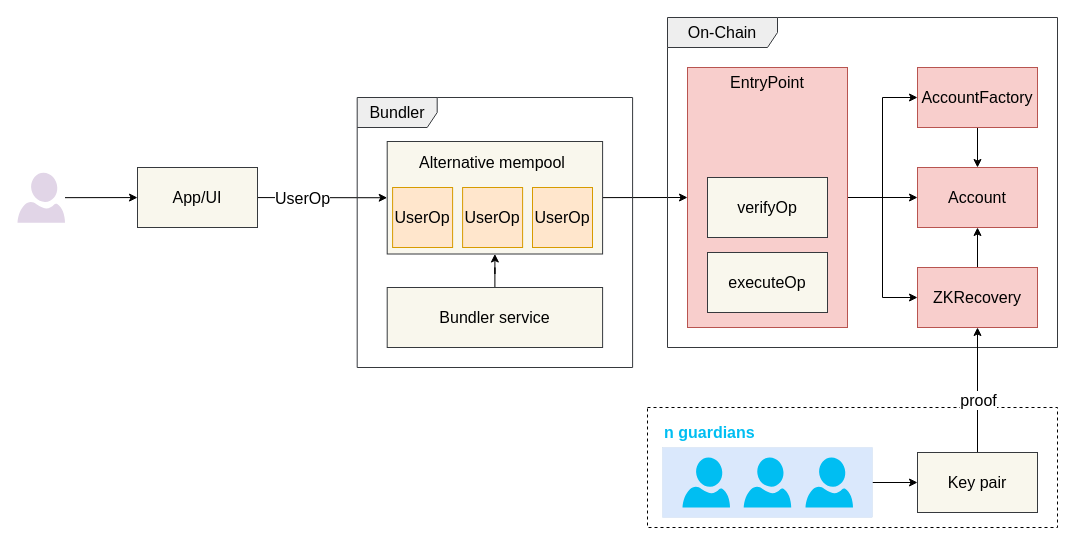
Earlier version of the draw.io diagram page "common-architecture" (11 of 23) of documents/master.drawio (phamhongphuc1999/account-abstraction-app). Source tidied: cells renumbered, new cells numbered last; positions are measured from the earlier drawing's top-left corner, leaving out a move shared by most shapes. Both pictures are drawn from the tidied source at 100%, with x=0, y=0 at pixel (17, 17).
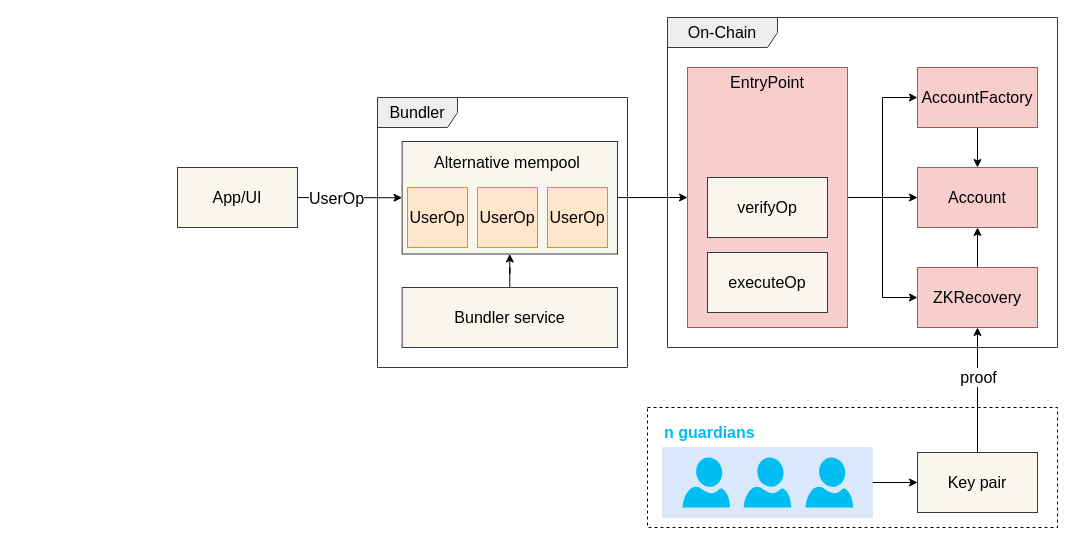
After the change.

The change refers to these unchanged cells:
```xml
<mxCell id="8" style="rounded=0;whiteSpace=wrap;html=1;fillColor=#f8cecc;strokeColor=#b85450;fontSize=16;" parent="1" vertex="1">
  <mxGeometry x="670" y="50" width="160" height="260" as="geometry" />
</mxCell>
<mxCell id="31" style="rounded=0;jettySize=auto;html=1;entryX=0.5;entryY=1;entryDx=0;entryDy=0;fontSize=16;" parent="1" edge="1" source="33" target="21">
  <mxGeometry relative="1" as="geometry" />
</mxCell>
```

What changed in the source:
```diff
@@
     <mxCell id="12" value="App/UI" style="rounded=0;whiteSpace=wrap;html=1;fillColor=#f9f7ed;strokeColor=#36393d;fontSize=16;" parent="1" vertex="1">
-      <mxGeometry x="120" y="150" width="120" height="60" as="geometry" />
+      <mxGeometry x="160" y="150" width="120" height="60" as="geometry" />
     </mxCell>
-    <mxCell id="13" style="rounded=0;jettySize=auto;html=1;entryX=0;entryY=0.5;entryDx=0;entryDy=0;" parent="1" edge="1" source="14" target="8">
+    <mxCell id="13" style="rounded=0;jettySize=auto;html=1;entryX=0;entryY=0.5;entryDx=0;entryDy=0;fontSize=16;" parent="1" edge="1" source="14" target="8">
       <mxGeometry relative="1" as="geometry" />
     </mxCell>
     <mxCell id="14" style="rounded=0;whiteSpace=wrap;html=1;fillColor=#f9f7ed;strokeColor=#36393d;fontSize=16;" parent="1" vertex="1">
-      <mxGeometry x="369.7" y="124" width="215.4" height="112.5" as="geometry" />
+      <mxGeometry x="384.6" y="124" width="215.4" height="112.5" as="geometry" />
     </mxCell>
@@
     <mxCell id="16" value="Bundler service" style="rounded=0;whiteSpace=wrap;html=1;fillColor=#f9f7ed;strokeColor=#36393d;fontSize=16;" parent="1" vertex="1">
-      <mxGeometry x="369.7" y="270" width="215.4" height="60" as="geometry" />
+      <mxGeometry x="384.6" y="270" width="215.4" height="60" as="geometry" />
     </mxCell>
@@
     <mxCell id="24" value="Bundler" style="shape=umlFrame;whiteSpace=wrap;html=1;fillColor=#eeeeee;strokeColor=#36393d;width=80;height=30;fontSize=16;" parent="1" vertex="1">
-      <mxGeometry x="339.7" y="80" width="275.4" height="270" as="geometry" />
+      <mxGeometry x="360" y="80" width="250" height="270" as="geometry" />
     </mxCell>
@@
-    <mxCell id="27" style="rounded=0;jettySize=auto;html=1;fontSize=16;" parent="1" edge="1" source="28" target="12">
-      <mxGeometry relative="1" as="geometry" />
-    </mxCell>
-    <mxCell id="28" style="verticalLabelPosition=bottom;html=1;verticalAlign=top;align=center;strokeColor=none;fillColor=#E1D5E7;shape=mxgraph.azure.user;fontSize=16;" parent="1" vertex="1">
-      <mxGeometry y="155.2" width="47.5" height="50" as="geometry" />
-    </mxCell>
@@
     <mxCell id="32" value="proof" style="edgeLabel;html=1;align=center;verticalAlign=middle;fontSize=16;" parent="31" vertex="1">
       <mxGeometry x="0.16" relative="1" as="geometry">
-        <mxPoint y="20" as="offset" />
+        <mxPoint y="-3" as="offset" />
       </mxGeometry>
     </mxCell>
@@
     <mxCell id="35" value="UserOp" style="whiteSpace=wrap;html=1;fillColor=#ffe6cc;strokeColor=#d79b00;fontSize=16;" parent="1" vertex="1">
-      <mxGeometry x="375.1" y="170" width="60" height="60" as="geometry" />
+      <mxGeometry x="390" y="170" width="60" height="60" as="geometry" />
     </mxCell>
     <mxCell id="36" value="UserOp" style="whiteSpace=wrap;html=1;fillColor=#ffe6cc;strokeColor=#d79b00;fontSize=16;" parent="1" vertex="1">
-      <mxGeometry x="445.1" y="170" width="60" height="60" as="geometry" />
+      <mxGeometry x="460" y="170" width="60" height="60" as="geometry" />
     </mxCell>
     <mxCell id="37" value="Alternative mempool" style="text;html=1;align=center;verticalAlign=middle;whiteSpace=wrap;rounded=0;fontSize=16;" parent="1" vertex="1">
-      <mxGeometry x="380.1" y="130" width="190" height="30" as="geometry" />
+      <mxGeometry x="395" y="130" width="190" height="30" as="geometry" />
     </mxCell>
     <mxCell id="38" value="UserOp" style="whiteSpace=wrap;html=1;fillColor=#ffe6cc;strokeColor=#d79b00;fontSize=16;" parent="1" vertex="1">
-      <mxGeometry x="515" y="170" width="60" height="60" as="geometry" />
+      <mxGeometry x="530" y="170" width="60" height="60" as="geometry" />
     </mxCell>
```
